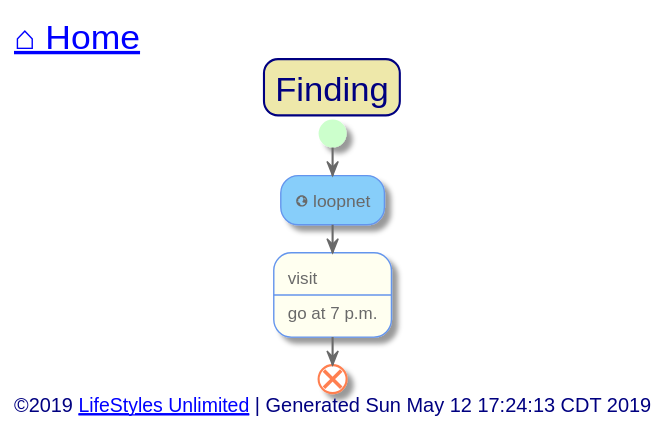
The PlantUML diagram out/src/multi-family/finding.svg in toddmo/lifestylesunlimited, before a commit. Its diagram source:
```plantuml
@startuml finding


skinparam {
  BorderColor Red
  PathHoverColor Blue
}

skinparam Title {
  FontColor Navy
  BackgroundColor PaleGoldenRod
  BorderColor Navy
  BorderRoundCorner 20
  FontSize 24
}

skinparam activity {
  BackgroundColor Ivory
  BorderColor CornflowerBlue
  BorderThickness 1
  FontColor DimGray


  Arrow {
    Color dimgray
    FontColor dimgray
  }

  Start {
    Color PHYSICAL
  }

  End {
    Color Coral
  }

  Diamond {
    BackgroundColor Ivory
    BorderColor CornflowerBlue
    FontColor DarkGray
  }

  BackgroundColor<< Exception >> Red
	BorderColor<< Exception >> White
}

skinparam Swimlane {
  BorderColor CornflowerBlue
}

skinparam Partition {
  BackgroundColor Ivory
  BorderColor CornflowerBlue
  BorderThickness 1
  FontColor CornflowerBlue
  FontSize 16
  BorderRoundCorner 20
}

skinparam Note {
  BackgroundColor LightSteelBlue
  BorderColor CornflowerBlue
  FontColor White
}

skinparam Legend {
  BackgroundColor LightSteelBlue
  BorderColor CornflowerBlue
  FontColor White
}

skinparam Footer {
  FontColor Navy
}


left header
	<font color=Navy size=24>[[../index.svg?sanitize=true ⌂ Home]]</font>
endheader


	Title Finding

	start
	[[https://www.loopnet.com/]]#LightSkyBlue:<&globe> loopnet;
	:visit
	----
	go at 7 p.m.;
	end


left footer
	<font size=14>©2019 [[http://www.lifestylesunlimited.com LifeStyles Unlimited]] | Generated Sun May 12 17:24:13 CDT 2019</font>
endfooter


@enduml
```
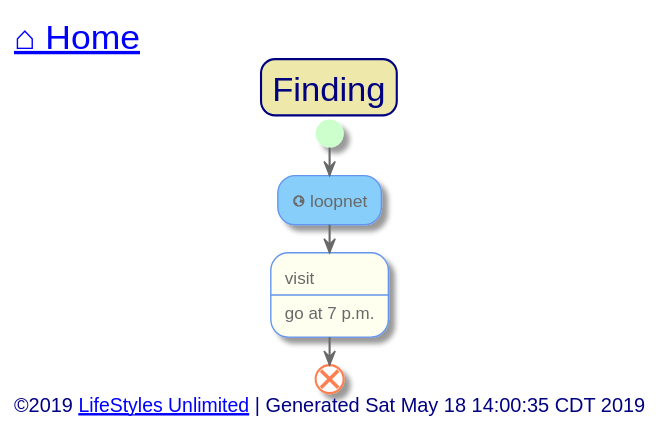
The same file after the commit.

The edit, as a diff of the source:
```diff
@@ -90,7 +90,7 @@
 
 
 left footer
-	<font size=14>©2019 [[http://www.lifestylesunlimited.com LifeStyles Unlimited]] | Generated Sun May 12 17:24:13 CDT 2019</font>
+	<font size=14>©2019 [[http://www.lifestylesunlimited.com LifeStyles Unlimited]] | Generated Sat May 18 14:00:35 CDT 2019</font>
 endfooter
 
 
```
